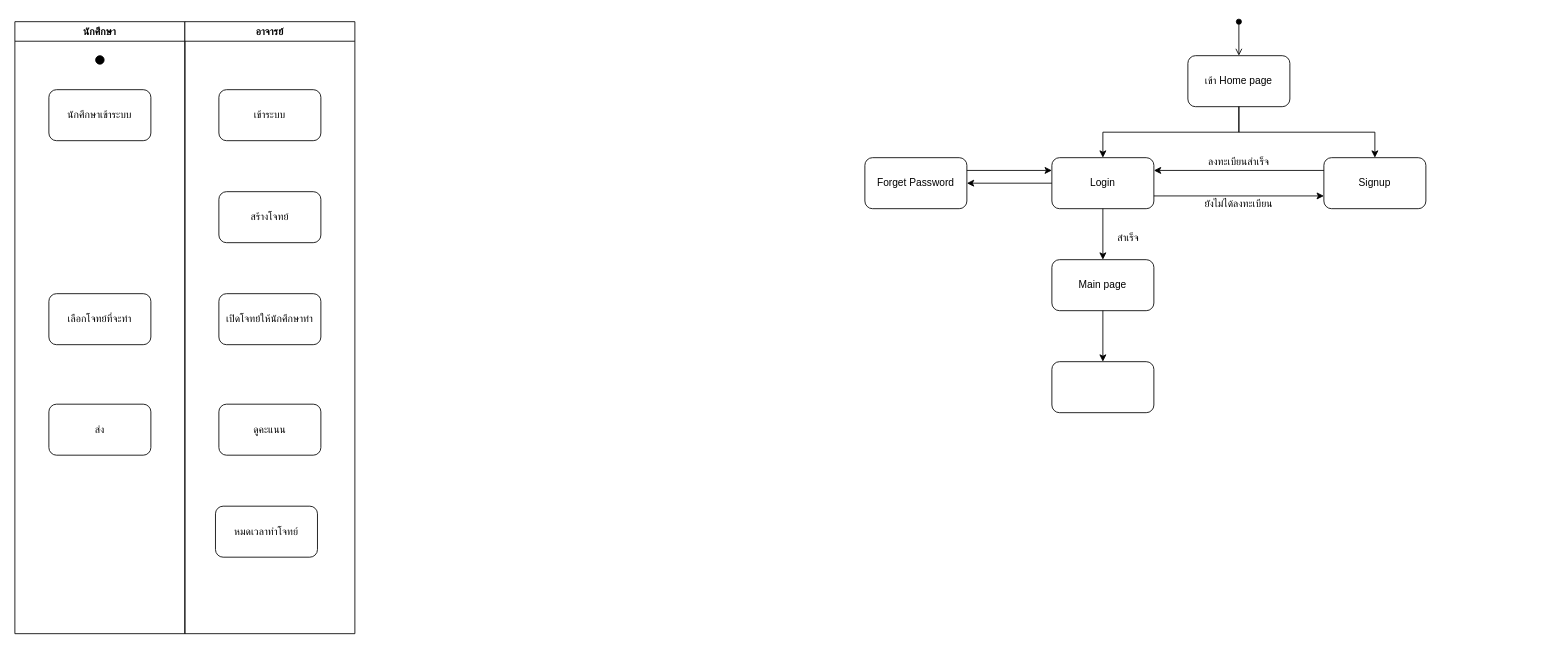
The draw.io diagram ActivityDiagram.drawio in AutomatedAssessmentofPythonProgramming/CEProject65-41, before the edit. Source tidied: cells renumbered, new cells numbered last; positions are measured from the earlier drawing's top-left corner, leaving out a move shared by most shapes. Both pictures are drawn from the tidied source at 85%, with x=0, y=0 at pixel (14, 21).
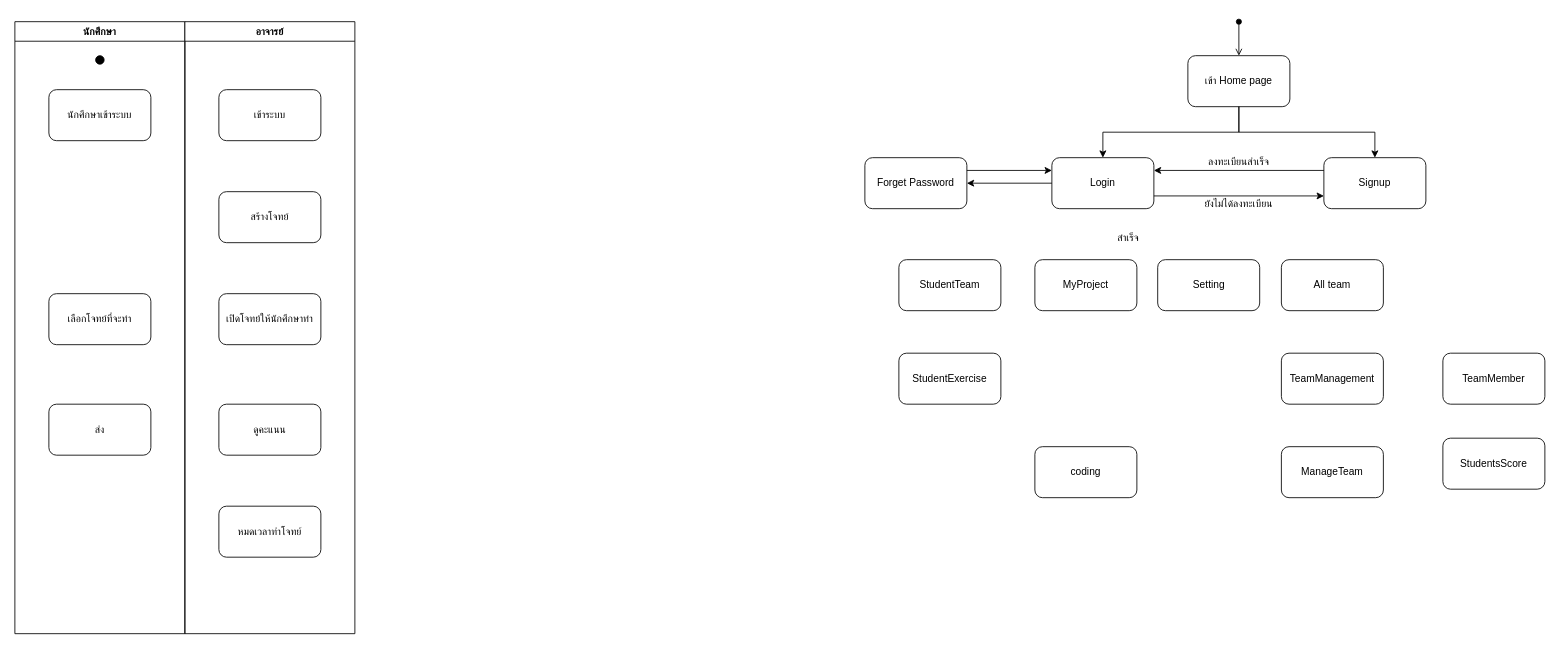
The same diagram, later.

The change refers to these unchanged cells:
```xml
<mxCell id="6" value="Login" style="rounded=1;whiteSpace=wrap;html=1;" parent="1" vertex="1">
  <mxGeometry x="1220" y="160" width="120" height="60" as="geometry" />
</mxCell>
<mxCell id="26" value="อาจารย์" style="swimlane;" parent="20" vertex="1">
  <mxGeometry x="200" width="200" height="720" as="geometry" />
</mxCell>
```

The edit, as a diff of the source:
```diff
@@
-    <mxCell id="8" style="endArrow=classic;html=1;rounded=0;exitX=0.5;exitY=1;exitDx=0;exitDy=0;" parent="1" edge="1" source="6">
-      <mxGeometry relative="1" as="geometry">
-        <mxPoint x="1280" y="280" as="targetPoint" />
-      </mxGeometry>
-    </mxCell>
-    <mxCell id="9" value="Main page" style="rounded=1;whiteSpace=wrap;html=1;" parent="1" vertex="1">
-      <mxGeometry x="1220" y="280" width="120" height="60" as="geometry" />
+    <mxCell id="9" value="All team" style="rounded=1;whiteSpace=wrap;html=1;" parent="1" vertex="1">
+      <mxGeometry x="1490" y="280" width="120" height="60" as="geometry" />
     </mxCell>
@@
-    <mxCell id="18" style="rounded=1;whiteSpace=wrap;html=1;" parent="1" vertex="1">
-      <mxGeometry x="1220" y="400" width="120" height="60" as="geometry" />
-    </mxCell>
-    <mxCell id="19" style="endArrow=classic;html=1;rounded=0;exitX=0.5;exitY=1;exitDx=0;exitDy=0;entryX=0.5;entryY=0;entryDx=0;entryDy=0;" parent="1" edge="1" source="9" target="18">
-      <mxGeometry relative="1" as="geometry" />
-    </mxCell>
@@
     <mxCell id="30" value="หมดเวลาทำโจทย์" style="rounded=1;whiteSpace=wrap;html=1;fillColor=#FFFFFF;" parent="26" vertex="1">
-      <mxGeometry x="36" y="570" width="120" height="60" as="geometry" />
+      <mxGeometry x="40" y="570" width="120" height="60" as="geometry" />
     </mxCell>
@@
+    <mxCell id="32" value="MyProject" style="rounded=1;whiteSpace=wrap;html=1;fillColor=#FFFFFF;" parent="1" vertex="1">
+      <mxGeometry x="1200" y="280" width="120" height="60" as="geometry" />
+    </mxCell>
+    <mxCell id="33" value="StudentTeam" style="rounded=1;whiteSpace=wrap;html=1;fillColor=#FFFFFF;" parent="1" vertex="1">
+      <mxGeometry x="1040" y="280" width="120" height="60" as="geometry" />
+    </mxCell>
+    <mxCell id="34" value="ManageTeam" style="rounded=1;whiteSpace=wrap;html=1;fillColor=#FFFFFF;" parent="1" vertex="1">
+      <mxGeometry x="1490" y="500" width="120" height="60" as="geometry" />
+    </mxCell>
+    <mxCell id="35" value="TeamMember" style="rounded=1;whiteSpace=wrap;html=1;fillColor=#FFFFFF;" parent="1" vertex="1">
+      <mxGeometry x="1680" y="390" width="120" height="60" as="geometry" />
+    </mxCell>
+    <mxCell id="36" value="Setting" style="rounded=1;whiteSpace=wrap;html=1;fillColor=#FFFFFF;" parent="1" vertex="1">
+      <mxGeometry x="1344.5" y="280" width="120" height="60" as="geometry" />
+    </mxCell>
+    <mxCell id="37" value="StudentExercise" style="rounded=1;whiteSpace=wrap;html=1;fillColor=#FFFFFF;" parent="1" vertex="1">
+      <mxGeometry x="1040" y="390" width="120" height="60" as="geometry" />
+    </mxCell>
+    <mxCell id="38" value="TeamManagement" style="rounded=1;whiteSpace=wrap;html=1;fillColor=#FFFFFF;" parent="1" vertex="1">
+      <mxGeometry x="1490" y="390" width="120" height="60" as="geometry" />
+    </mxCell>
+    <mxCell id="39" value="StudentsScore" style="rounded=1;whiteSpace=wrap;html=1;fillColor=#FFFFFF;" parent="1" vertex="1">
+      <mxGeometry x="1680" y="490" width="120" height="60" as="geometry" />
+    </mxCell>
+    <mxCell id="40" value="coding" style="rounded=1;whiteSpace=wrap;html=1;fillColor=#FFFFFF;" parent="1" vertex="1">
+      <mxGeometry x="1200" y="500" width="120" height="60" as="geometry" />
+    </mxCell>
```
